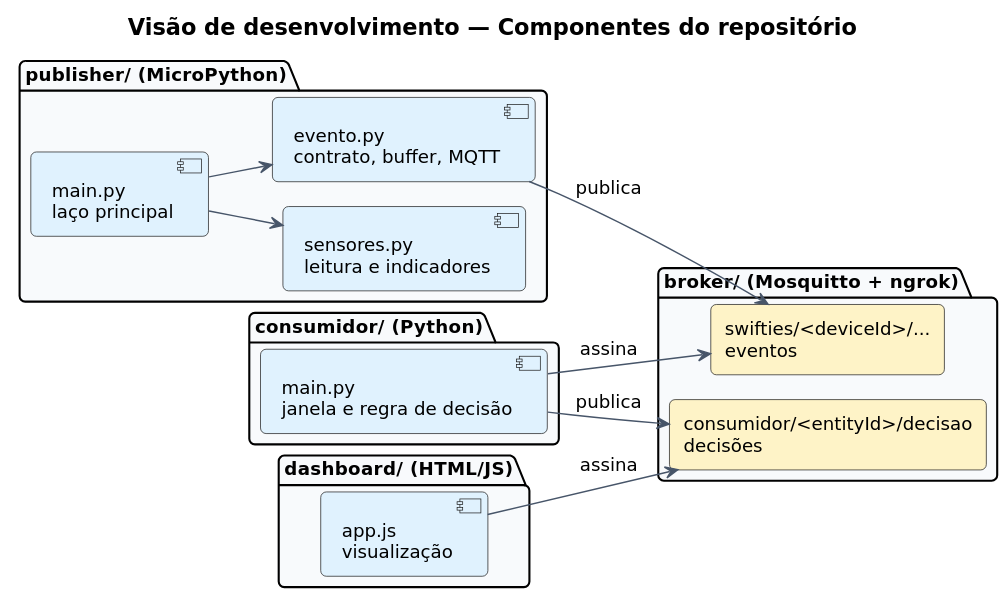
UFG-INF-SSU-2026/swifties keeps this PlantUML diagram as docs/diagramas/svg/desenvolvimento.svg. Above is the earlier version. Its diagram source:
```plantuml
@startuml
!include _estilo.iuml
title Visão de desenvolvimento — Componentes do repositório
left to right direction

package "publisher/  (MicroPython)" {
  component "main.py\nlaço principal" as PMain
  component "sensores.py\nleitura e indicadores" as PSens
  component "evento.py\ncontrato, buffer, MQTT" as PEv
  PMain --> PSens
  PMain --> PEv
}

package "broker/  (Mosquitto + ngrok)" {
  rectangle "swifties/<deviceId>/...\neventos" as T1 #FEF3C7
  rectangle "consumidor/<entityId>/decisao\ndecisões" as T2 #FEF3C7
}

package "consumidor/  (Python)" {
  component "main.py\njanela e regra de decisão" as CMain
}

package "dashboard/  (HTML/JS)" {
  component "app.js\nvisualização" as DApp
}

PEv --> T1 : publica
CMain --> T1 : assina
CMain --> T2 : publica
DApp --> T2 : assina
@enduml
```
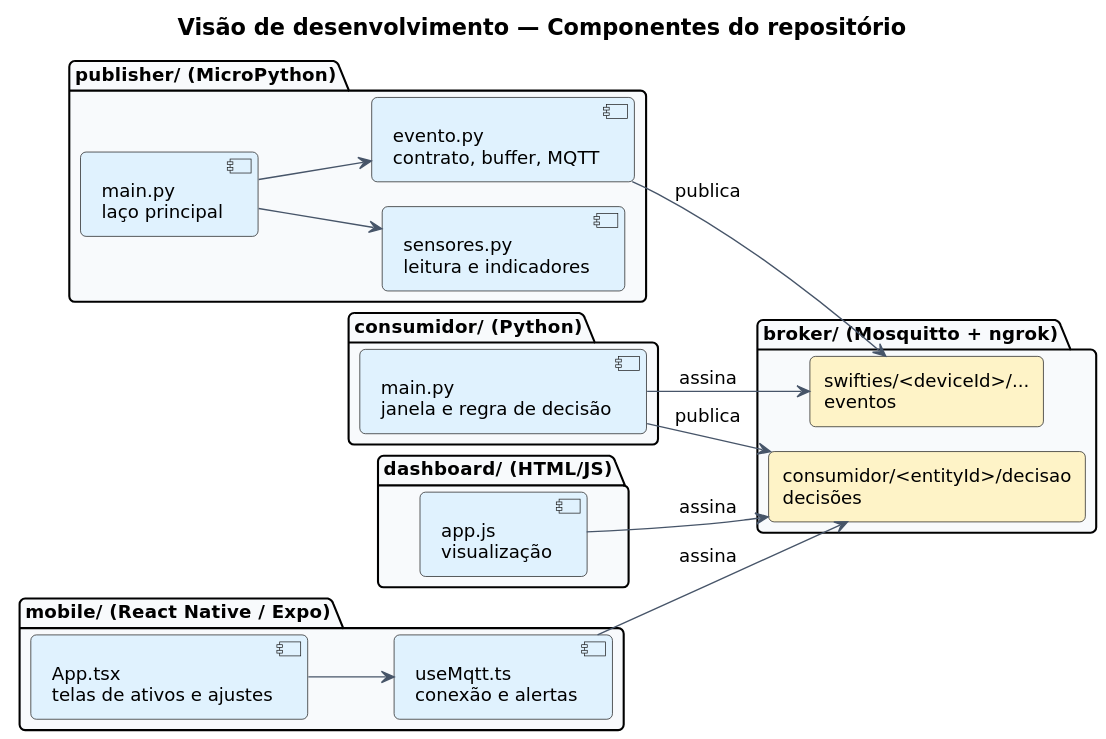
After the commit.

Commit message:
docs: inclui o app mobile nos requisitos e nas visões 4+1

Change to the diagram source:
```diff
@@ -24,8 +24,15 @@
   component "app.js\nvisualização" as DApp
 }
 
+package "mobile/  (React Native / Expo)" {
+  component "useMqtt.ts\nconexão e alertas" as MApp
+  component "App.tsx\ntelas de ativos e ajustes" as MUi
+  MUi --> MApp
+}
+
 PEv --> T1 : publica
 CMain --> T1 : assina
 CMain --> T2 : publica
 DApp --> T2 : assina
+MApp --> T2 : assina
 @enduml
```
